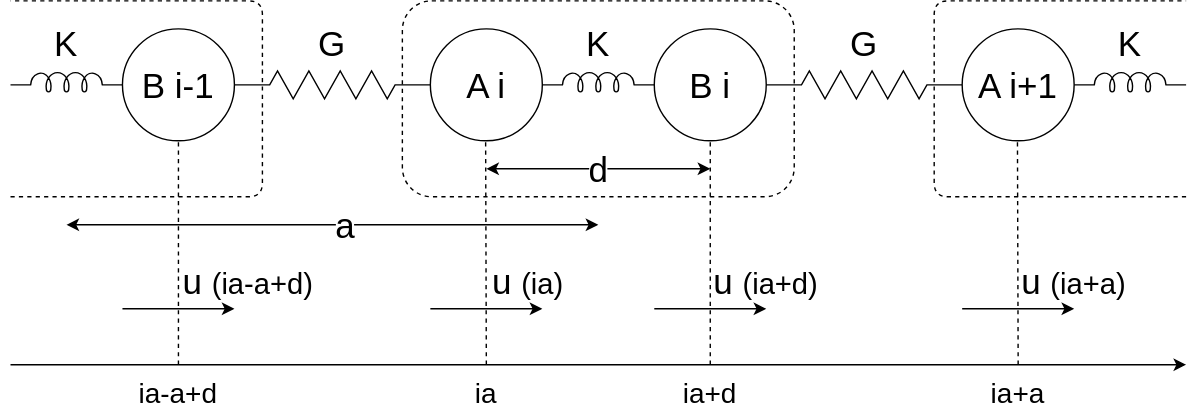
Above: Lab/Physics/CondensedMatter/img/1DHarmonic2.dio.svg in amane-uehara/kanade-k-1228.github.io (draw.io), before the change. Source tidied: cells renumbered, new cells last; positions are measured from the earlier drawing's top-left corner, leaving out a move shared by most shapes.
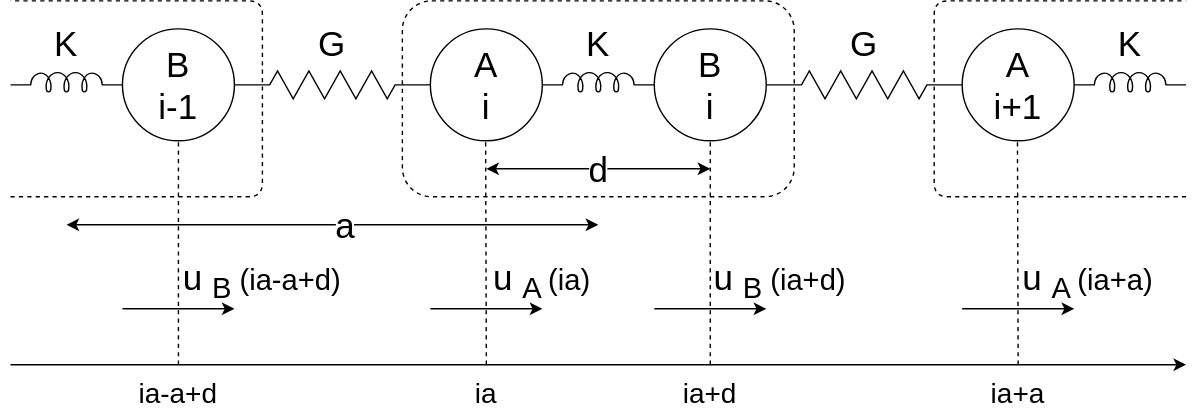
Above is the later version.

Diff of the diagram source:
```diff
@@ -29,8 +29,8 @@
         <mxPoint x="380" y="220" as="targetPoint" />
       </mxGeometry>
     </mxCell>
-    <mxCell id="8" value="u&lt;span style=&quot;font-size: 20.8333px&quot;&gt;(ia)&lt;/span&gt;" style="text;html=1;strokeColor=none;fillColor=none;align=center;verticalAlign=middle;whiteSpace=wrap;rounded=0;fontSize=25;" parent="1" vertex="1">
-      <mxGeometry x="340" y="190" width="60" height="20" as="geometry" />
+    <mxCell id="8" value="u&lt;sub&gt;A&lt;/sub&gt;&lt;span style=&quot;font-size: 20.8333px&quot;&gt;(ia)&lt;/span&gt;" style="text;html=1;strokeColor=none;fillColor=none;align=center;verticalAlign=middle;whiteSpace=wrap;rounded=0;fontSize=25;" parent="1" vertex="1">
+      <mxGeometry x="340" y="190" width="80" height="20" as="geometry" />
     </mxCell>
     <mxCell id="9" style="endArrow=classic;startArrow=classic;html=1;fontSize=25;" parent="1" edge="1">
       <mxGeometry relative="1" as="geometry">
@@ -46,10 +46,10 @@
     <mxCell id="11" style="verticalLabelPosition=bottom;shadow=0;dashed=0;align=center;html=1;verticalAlign=top;shape=mxgraph.electrical.inductors.inductor_5;" parent="1" vertex="1">
       <mxGeometry x="380" y="51" width="80" height="14" as="geometry" />
     </mxCell>
-    <mxCell id="12" value="A i" style="ellipse;whiteSpace=wrap;html=1;fontSize=25;" parent="1" vertex="1">
+    <mxCell id="12" value="A&lt;br&gt;i" style="ellipse;whiteSpace=wrap;html=1;fontSize=25;" parent="1" vertex="1">
       <mxGeometry x="300" y="20" width="80" height="80" as="geometry" />
     </mxCell>
-    <mxCell id="13" value="B i" style="ellipse;whiteSpace=wrap;html=1;fontSize=25;" parent="1" vertex="1">
+    <mxCell id="13" value="B&lt;br&gt;i" style="ellipse;whiteSpace=wrap;html=1;fontSize=25;" parent="1" vertex="1">
       <mxGeometry x="460" y="20" width="80" height="80" as="geometry" />
     </mxCell>
     <mxCell id="14" style="verticalLabelPosition=bottom;shadow=0;dashed=0;align=center;html=1;verticalAlign=top;shape=mxgraph.electrical.resistors.resistor_2;" parent="1" vertex="1">
@@ -81,7 +81,7 @@
     <mxCell id="20" style="verticalLabelPosition=bottom;shadow=0;dashed=0;align=center;html=1;verticalAlign=top;shape=mxgraph.electrical.inductors.inductor_5;" parent="1" vertex="1">
       <mxGeometry y="51" width="80" height="14" as="geometry" />
     </mxCell>
-    <mxCell id="21" value="B i-1" style="ellipse;whiteSpace=wrap;html=1;fontSize=25;" parent="1" vertex="1">
+    <mxCell id="21" value="B&lt;br&gt;i-1" style="ellipse;whiteSpace=wrap;html=1;fontSize=25;" parent="1" vertex="1">
       <mxGeometry x="80" y="20" width="80" height="80" as="geometry" />
     </mxCell>
     <mxCell id="22" style="endArrow=none;dashed=1;html=1;fontSize=25;" parent="1" edge="1">
@@ -99,7 +99,7 @@
     <mxCell id="24" style="verticalLabelPosition=bottom;shadow=0;dashed=0;align=center;html=1;verticalAlign=top;shape=mxgraph.electrical.inductors.inductor_5;" parent="1" vertex="1">
       <mxGeometry x="760" y="51" width="80" height="14" as="geometry" />
     </mxCell>
-    <mxCell id="25" value="A i+1" style="ellipse;whiteSpace=wrap;html=1;fontSize=25;" parent="1" vertex="1">
+    <mxCell id="25" value="A&lt;br&gt;i+1" style="ellipse;whiteSpace=wrap;html=1;fontSize=25;" parent="1" vertex="1">
       <mxGeometry x="680" y="20" width="80" height="80" as="geometry" />
     </mxCell>
     <mxCell id="26" value="G" style="text;html=1;strokeColor=none;fillColor=none;align=center;verticalAlign=middle;whiteSpace=wrap;rounded=0;fontSize=25;" parent="1" vertex="1">
@@ -131,8 +131,8 @@
         <mxPoint x="540" y="220" as="targetPoint" />
       </mxGeometry>
     </mxCell>
-    <mxCell id="30" value="&lt;font style=&quot;font-size: 25px&quot;&gt;u&lt;/font&gt;&lt;font style=&quot;font-size: 20.8333px&quot;&gt;(ia+d)&lt;/font&gt;" style="text;html=1;strokeColor=none;fillColor=none;align=center;verticalAlign=middle;whiteSpace=wrap;rounded=0;fontSize=25;" parent="1" vertex="1">
-      <mxGeometry x="500" y="190" width="80" height="20" as="geometry" />
+    <mxCell id="30" value="&lt;font style=&quot;font-size: 25px&quot;&gt;u&lt;sub&gt;B&lt;/sub&gt;&lt;/font&gt;&lt;font style=&quot;font-size: 20.8333px&quot;&gt;(ia+d)&lt;/font&gt;" style="text;html=1;strokeColor=none;fillColor=none;align=center;verticalAlign=middle;whiteSpace=wrap;rounded=0;fontSize=25;" parent="1" vertex="1">
+      <mxGeometry x="500" y="190" width="100" height="20" as="geometry" />
     </mxCell>
     <mxCell id="31" style="endArrow=classic;html=1;fontSize=25;" parent="1" edge="1">
       <mxGeometry relative="1" as="geometry">
@@ -140,8 +140,8 @@
         <mxPoint x="760" y="220" as="targetPoint" />
       </mxGeometry>
     </mxCell>
-    <mxCell id="32" value="u&lt;span style=&quot;font-size: 20.8333px&quot;&gt;(ia+a)&lt;/span&gt;" style="text;html=1;strokeColor=none;fillColor=none;align=center;verticalAlign=middle;whiteSpace=wrap;rounded=0;fontSize=25;" parent="1" vertex="1">
-      <mxGeometry x="720" y="190" width="80" height="20" as="geometry" />
+    <mxCell id="32" value="u&lt;sub&gt;A&lt;/sub&gt;&lt;span style=&quot;font-size: 20.8333px&quot;&gt;(ia+a)&lt;/span&gt;" style="text;html=1;strokeColor=none;fillColor=none;align=center;verticalAlign=middle;whiteSpace=wrap;rounded=0;fontSize=25;" parent="1" vertex="1">
+      <mxGeometry x="720" y="190" width="100" height="20" as="geometry" />
     </mxCell>
     <mxCell id="33" style="endArrow=classic;html=1;fontSize=25;" parent="1" edge="1">
       <mxGeometry relative="1" as="geometry">
@@ -149,8 +149,8 @@
         <mxPoint x="160" y="220" as="targetPoint" />
       </mxGeometry>
     </mxCell>
-    <mxCell id="34" value="u&lt;span style=&quot;font-size: 20.8333px&quot;&gt;(ia-a+d)&lt;/span&gt;" style="text;html=1;strokeColor=none;fillColor=none;align=center;verticalAlign=middle;whiteSpace=wrap;rounded=0;fontSize=25;" parent="1" vertex="1">
-      <mxGeometry x="120" y="190" width="100" height="20" as="geometry" />
+    <mxCell id="34" value="u&lt;sub&gt;B&lt;/sub&gt;&lt;span style=&quot;font-size: 20.8333px&quot;&gt;(ia-a+d)&lt;/span&gt;" style="text;html=1;strokeColor=none;fillColor=none;align=center;verticalAlign=middle;whiteSpace=wrap;rounded=0;fontSize=25;" parent="1" vertex="1">
+      <mxGeometry x="120" y="190" width="120" height="20" as="geometry" />
     </mxCell>
     <mxCell id="35" value="ia" style="text;html=1;strokeColor=none;fillColor=none;align=center;verticalAlign=middle;whiteSpace=wrap;rounded=0;fontSize=20;" parent="1" vertex="1">
       <mxGeometry x="320" y="270" width="40" height="20" as="geometry" />
```
